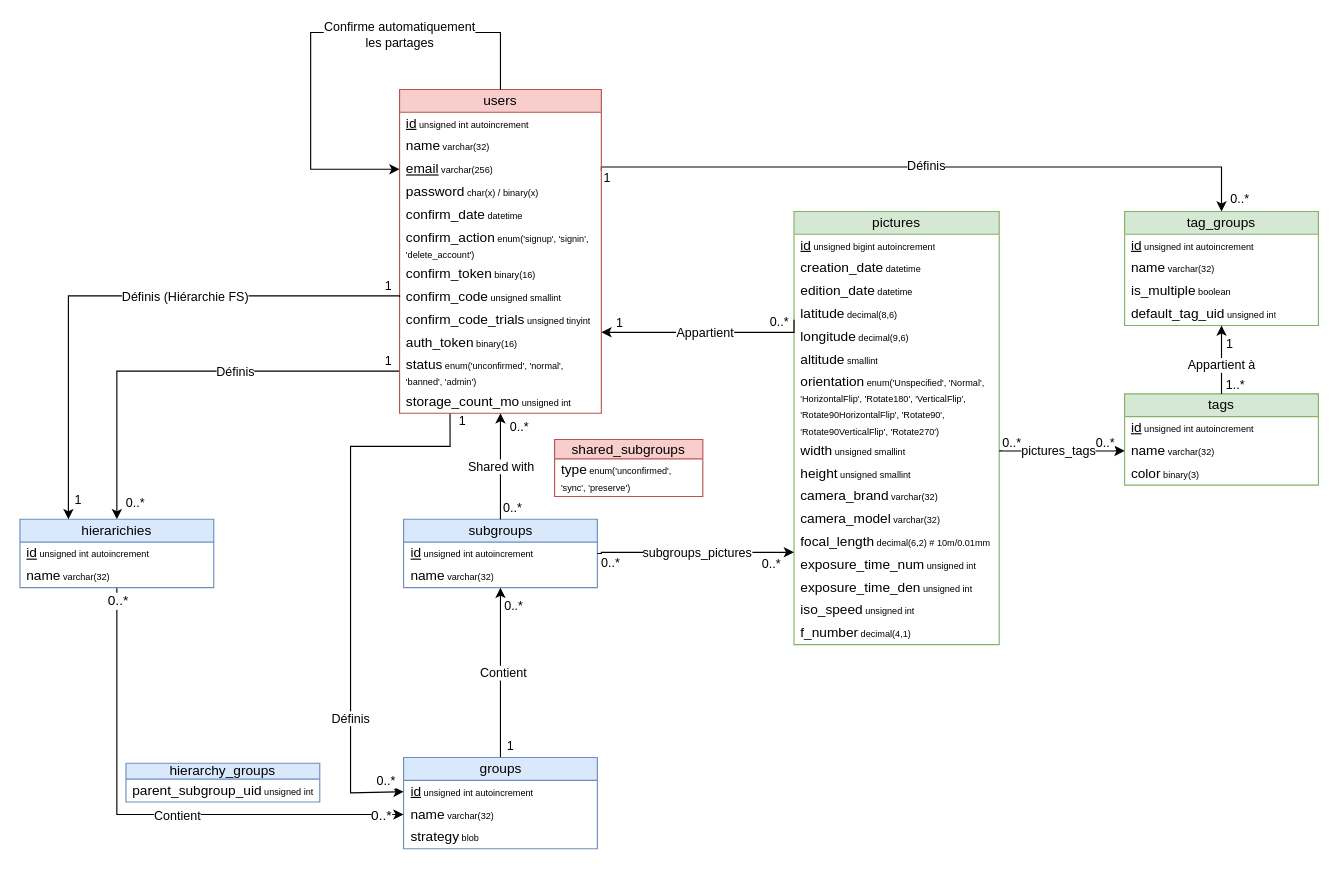
Above: page "DB - Conceptuelle" (1 of 4) of PMCloud.drawio in ClementGre/PMCloud (draw.io), before the change. Source tidied: cells renumbered, new cells numbered last; positions are measured from the earlier drawing's top-left corner, leaving out a move shared by most shapes. Both pictures are drawn from the tidied source at 114%, with x=0, y=0 at pixel (19, 32).
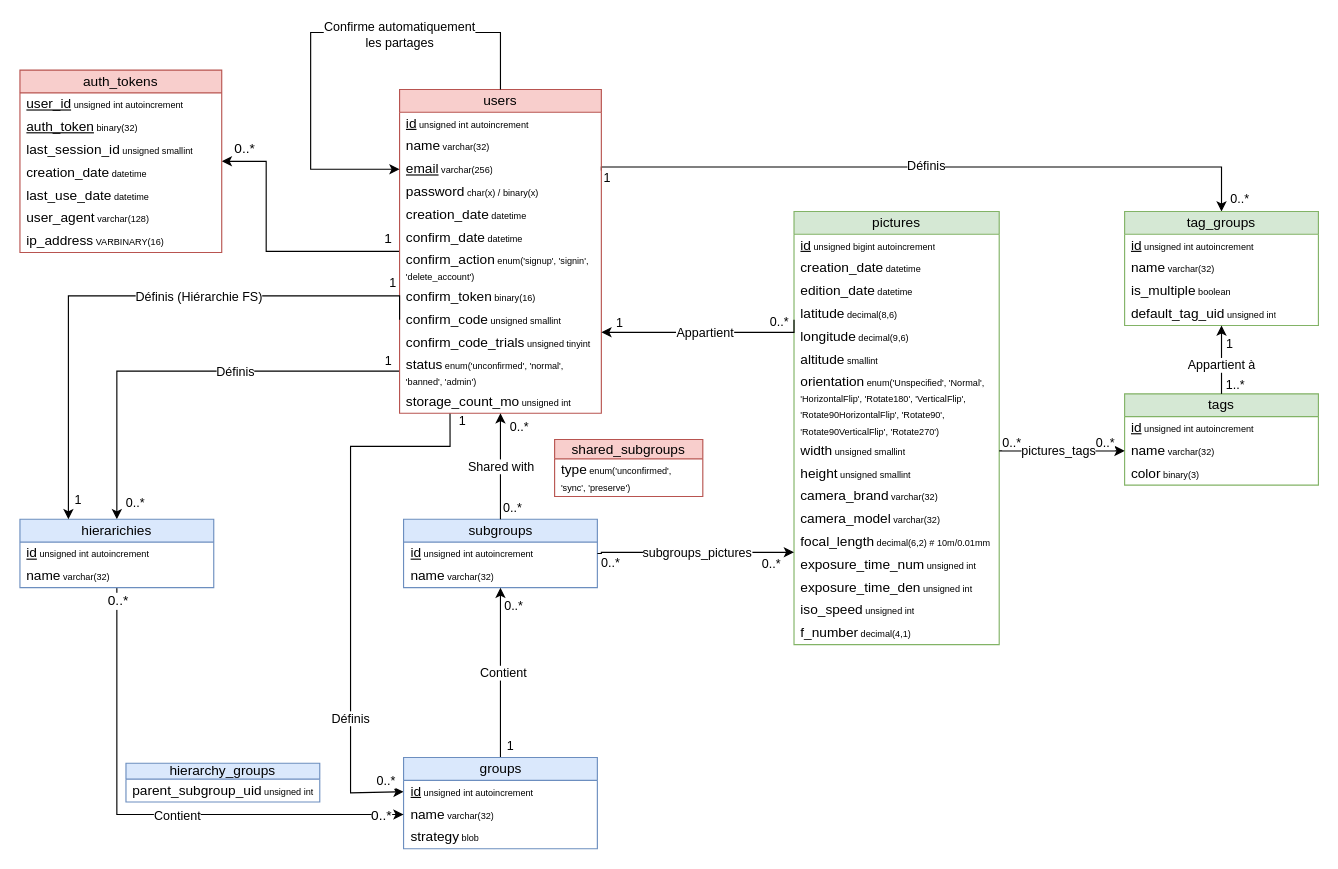
The same page after the edit.

Commit message (it also covers changes not shown here):
[back] Setup auth_tokens table and new singup system with more information stored on each client.

Unchanged cells that the change refers to:
```xml
<mxCell id="17" value="&lt;p style=&quot;line-height: 120%;&quot;&gt;users&lt;/p&gt;" style="swimlane;fontStyle=0;horizontal=1;startSize=20;whiteSpace=wrap;html=1;shadow=0;fillColor=#f8cecc;strokeColor=#b85450;" parent="1" vertex="1">
  <mxGeometry x="333" y="50" width="177" height="284" as="geometry" />
</mxCell>
<mxCell id="78" style="edgeStyle=orthogonalEdgeStyle;rounded=0;jettySize=auto;html=1;entryX=0.25;entryY=0;entryDx=0;entryDy=0;exitX=0;exitY=0.5;exitDx=0;exitDy=0;" parent="1" edge="1" source="25" target="75">
  <mxGeometry relative="1" as="geometry">
    <Array as="points">
      <mxPoint x="43" y="231" />
    </Array>
  </mxGeometry>
</mxCell>
```

Diff of the diagram source:
```diff
@@
+    <mxCell id="101" style="edgeStyle=orthogonalEdgeStyle;rounded=0;jettySize=auto;html=1;entryX=1;entryY=0.5;entryDx=0;entryDy=0;fontSize=12;startSize=6;endSize=6;" parent="1" edge="1" source="17" target="105">
+      <mxGeometry relative="1" as="geometry">
+        <Array as="points">
+          <mxPoint x="216" y="192" />
+          <mxPoint x="216" y="113" />
+        </Array>
+      </mxGeometry>
+    </mxCell>
+    <mxCell id="102" value="1" style="edgeLabel;html=1;align=center;verticalAlign=middle;fontSize=12;fontFamily=Helvetica;fontColor=default;labelBackgroundColor=default;" parent="101" vertex="1">
+      <mxGeometry x="-0.91" y="-3" relative="1" as="geometry">
+        <mxPoint y="-9" as="offset" />
+      </mxGeometry>
+    </mxCell>
+    <mxCell id="103" value="0..*" style="edgeLabel;html=1;align=center;verticalAlign=middle;fontSize=12;fontFamily=Helvetica;fontColor=default;labelBackgroundColor=default;" parent="101" vertex="1">
+      <mxGeometry x="0.87" y="-3" relative="1" as="geometry">
+        <mxPoint x="4" y="-9" as="offset" />
+      </mxGeometry>
+    </mxCell>
@@
+    <mxCell id="104" value="creation_date&lt;font style=&quot;font-size: 8px;&quot;&gt; datetime&lt;/font&gt;" style="text;strokeColor=none;fillColor=none;align=left;verticalAlign=middle;spacingLeft=4;spacingRight=4;overflow=hidden;whiteSpace=wrap;html=1;" parent="17" vertex="1">
+      <mxGeometry y="100" width="177" height="20" as="geometry" />
+    </mxCell>
     <mxCell id="22" value="confirm_date&lt;font style=&quot;font-size: 8px;&quot;&gt; datetime&lt;/font&gt;" style="text;strokeColor=none;fillColor=none;align=left;verticalAlign=middle;spacingLeft=4;spacingRight=4;overflow=hidden;whiteSpace=wrap;html=1;" parent="17" vertex="1">
-      <mxGeometry y="100" width="177" height="20" as="geometry" />
+      <mxGeometry y="120" width="177" height="20" as="geometry" />
     </mxCell>
     <mxCell id="23" value="confirm_action&lt;font style=&quot;font-size: 8px;&quot;&gt;&amp;nbsp;enum('signup', 'signin', 'delete_account')&lt;/font&gt;" style="text;strokeColor=none;fillColor=none;align=left;verticalAlign=middle;spacingLeft=4;spacingRight=4;overflow=hidden;whiteSpace=wrap;html=1;" parent="17" vertex="1">
-      <mxGeometry y="120" width="177" height="32" as="geometry" />
+      <mxGeometry y="140" width="177" height="32" as="geometry" />
     </mxCell>
     <mxCell id="24" value="confirm_token&lt;font style=&quot;font-size: 8px;&quot;&gt;&amp;nbsp;binary(16)&lt;/font&gt;" style="text;strokeColor=none;fillColor=none;align=left;verticalAlign=middle;spacingLeft=4;spacingRight=4;overflow=hidden;whiteSpace=wrap;html=1;" parent="17" vertex="1">
-      <mxGeometry y="152" width="177" height="20" as="geometry" />
+      <mxGeometry y="172" width="177" height="20" as="geometry" />
     </mxCell>
     <mxCell id="25" value="confirm_code&lt;font style=&quot;font-size: 8px;&quot;&gt;&amp;nbsp;unsigned smallint&lt;/font&gt;" style="text;strokeColor=none;fillColor=none;align=left;verticalAlign=middle;spacingLeft=4;spacingRight=4;overflow=hidden;points=[[0,0.5],[1,0.5]];portConstraint=eastwest;whiteSpace=wrap;html=1;" parent="17" vertex="1">
-      <mxGeometry y="172" width="177" height="20" as="geometry" />
+      <mxGeometry y="192" width="177" height="20" as="geometry" />
     </mxCell>
     <mxCell id="26" value="confirm_code_trials&lt;font style=&quot;font-size: 8px;&quot;&gt;&amp;nbsp;unsigned tinyint&lt;/font&gt;" style="text;strokeColor=none;fillColor=none;align=left;verticalAlign=middle;spacingLeft=4;spacingRight=4;overflow=hidden;whiteSpace=wrap;html=1;" parent="17" vertex="1">
-      <mxGeometry y="192" width="177" height="20" as="geometry" />
+      <mxGeometry y="212" width="177" height="20" as="geometry" />
     </mxCell>
-    <mxCell id="27" value="auth_token&lt;font style=&quot;font-size: 8px;&quot;&gt; binary(16)&lt;/font&gt;" style="text;strokeColor=none;fillColor=none;align=left;verticalAlign=middle;spacingLeft=4;spacingRight=4;overflow=hidden;whiteSpace=wrap;html=1;" parent="17" vertex="1">
-      <mxGeometry y="212" width="177" height="20" as="geometry" />
-    </mxCell>
@@
     <mxCell id="81" value="1" style="edgeLabel;html=1;align=center;verticalAlign=middle;" parent="78" vertex="1">
       <mxGeometry x="-0.92" y="-2" relative="1" as="geometry">
-        <mxPoint x="7" y="-8" as="offset" />
+        <mxPoint x="-9" y="-13" as="offset" />
       </mxGeometry>
     </mxCell>
@@
+    <mxCell id="105" value="&lt;p style=&quot;line-height: 120%;&quot;&gt;auth_tokens&lt;/p&gt;" style="swimlane;fontStyle=0;horizontal=1;startSize=20;whiteSpace=wrap;html=1;shadow=0;fillColor=#f8cecc;strokeColor=#b85450;" parent="1" vertex="1">
+      <mxGeometry y="33" width="177" height="160" as="geometry" />
+    </mxCell>
+    <mxCell id="106" value="&lt;u&gt;user_id&lt;/u&gt;&lt;font style=&quot;font-size: 8px;&quot;&gt;&amp;nbsp;&lt;font style=&quot;font-size: 8px;&quot;&gt;unsigned int autoincrement&lt;/font&gt;&lt;/font&gt;" style="text;strokeColor=none;fillColor=none;align=left;verticalAlign=middle;spacingLeft=4;spacingRight=4;overflow=hidden;whiteSpace=wrap;html=1;fontStyle=0;" parent="105" vertex="1">
+      <mxGeometry y="20" width="177" height="20" as="geometry" />
+    </mxCell>
+    <mxCell id="107" value="&lt;u&gt;auth_token&lt;/u&gt;&lt;font style=&quot;font-size: 8px;&quot;&gt; binary(32)&lt;/font&gt;" style="text;strokeColor=none;fillColor=none;align=left;verticalAlign=middle;spacingLeft=4;spacingRight=4;overflow=hidden;whiteSpace=wrap;html=1;" parent="105" vertex="1">
+      <mxGeometry y="40" width="177" height="20" as="geometry" />
+    </mxCell>
+    <mxCell id="108" value="last_session_id&lt;font style=&quot;font-size: 8px;&quot;&gt;&amp;nbsp;unsigned smallint&lt;/font&gt;" style="text;strokeColor=none;fillColor=none;align=left;verticalAlign=middle;spacingLeft=4;spacingRight=4;overflow=hidden;whiteSpace=wrap;html=1;" parent="105" vertex="1">
+      <mxGeometry y="60" width="177" height="20" as="geometry" />
+    </mxCell>
+    <mxCell id="109" value="creation_date&lt;font style=&quot;font-size: 8px;&quot;&gt; datetime&lt;/font&gt;" style="text;strokeColor=none;fillColor=none;align=left;verticalAlign=middle;spacingLeft=4;spacingRight=4;overflow=hidden;whiteSpace=wrap;html=1;" parent="105" vertex="1">
+      <mxGeometry y="80" width="177" height="20" as="geometry" />
+    </mxCell>
+    <mxCell id="110" value="last_use_date&lt;font style=&quot;font-size: 8px;&quot;&gt; datetime&lt;/font&gt;" style="text;strokeColor=none;fillColor=none;align=left;verticalAlign=middle;spacingLeft=4;spacingRight=4;overflow=hidden;whiteSpace=wrap;html=1;" parent="105" vertex="1">
+      <mxGeometry y="100" width="177" height="20" as="geometry" />
+    </mxCell>
+    <mxCell id="111" value="user_agent&lt;font style=&quot;font-size: 8px;&quot;&gt;&amp;nbsp;&lt;/font&gt;&lt;font style=&quot;font-size: 8px;&quot;&gt;varchar(128)&lt;/font&gt;" style="text;strokeColor=none;fillColor=none;align=left;verticalAlign=middle;spacingLeft=4;spacingRight=4;overflow=hidden;whiteSpace=wrap;html=1;" parent="105" vertex="1">
+      <mxGeometry y="120" width="177" height="20" as="geometry" />
+    </mxCell>
+    <mxCell id="112" value="ip_address&lt;font style=&quot;font-size: 8px;&quot;&gt; VARBINARY(16)&lt;/font&gt;" style="text;strokeColor=none;fillColor=none;align=left;verticalAlign=middle;spacingLeft=4;spacingRight=4;overflow=hidden;whiteSpace=wrap;html=1;" parent="105" vertex="1">
+      <mxGeometry y="140" width="177" height="20" as="geometry" />
+    </mxCell>
```
